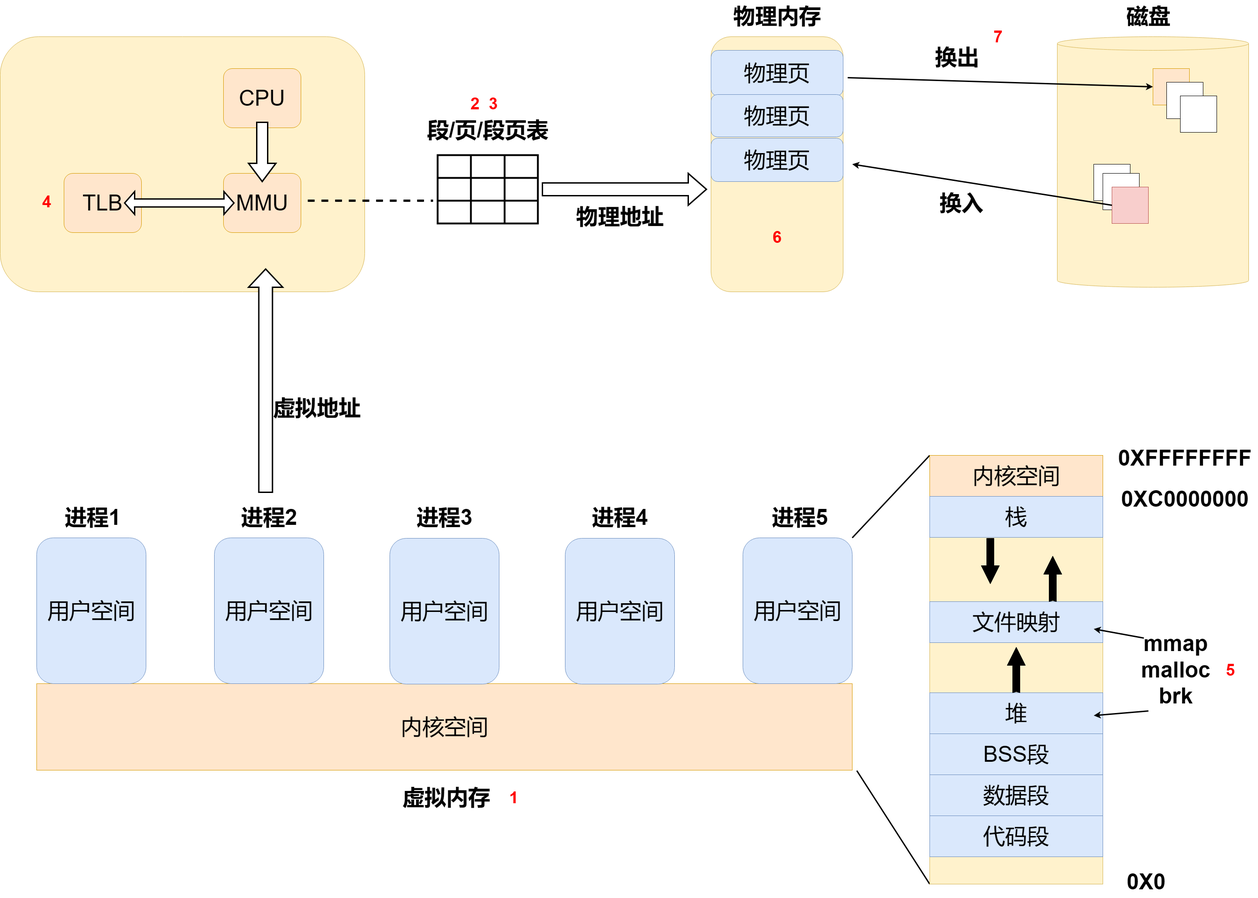
Above: OS/小林coding总结/image/内存管理.png in JYLiang22/cs_basic (draw.io), before the change. Source tidied: cells renumbered, new cells last; positions are measured from the earlier drawing's top-left corner, leaving out a move shared by most shapes.
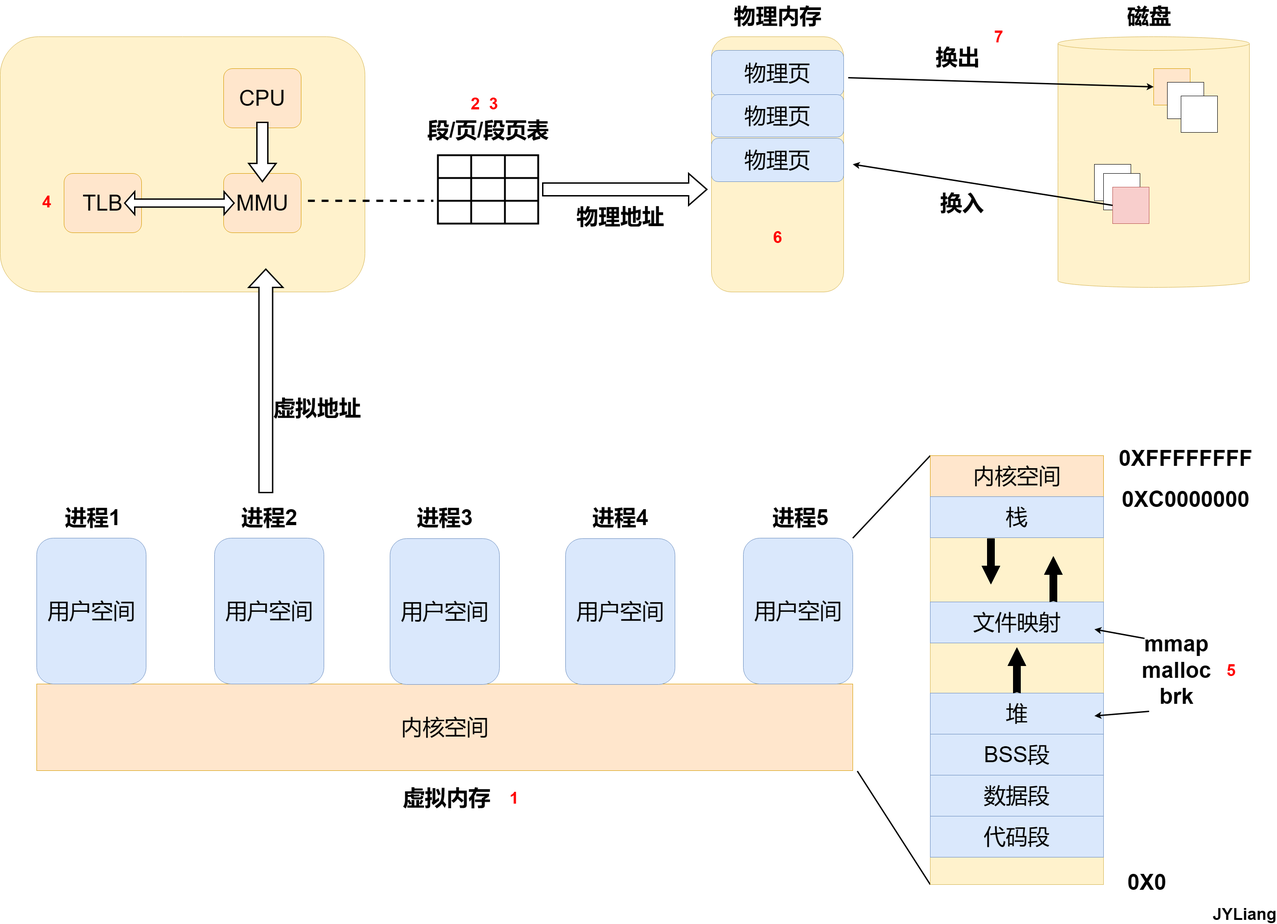
After the commit.

Commit message:
更新内存管理图

The edit, as a diff of the source:
```diff
@@ -257,5 +257,8 @@
     <mxCell id="80" value="&lt;font color=&quot;#ff0000&quot; style=&quot;font-size: 36px;&quot;&gt;7&lt;/font&gt;" style="text;strokeColor=none;fillColor=none;html=1;fontSize=24;fontStyle=1;verticalAlign=middle;align=center;" parent="1" vertex="1">
       <mxGeometry x="2140" y="60" width="100" height="40" as="geometry" />
     </mxCell>
+    <mxCell id="81" value="&lt;b&gt;&lt;font style=&quot;font-size: 36px;&quot;&gt;JYLiang&lt;/font&gt;&lt;/b&gt;" style="text;html=1;align=center;verticalAlign=middle;whiteSpace=wrap;rounded=0;" parent="1" vertex="1">
+      <mxGeometry x="2700" y="1990" width="60" height="30" as="geometry" />
+    </mxCell>
   </root>
 </mxGraphModel>
```
